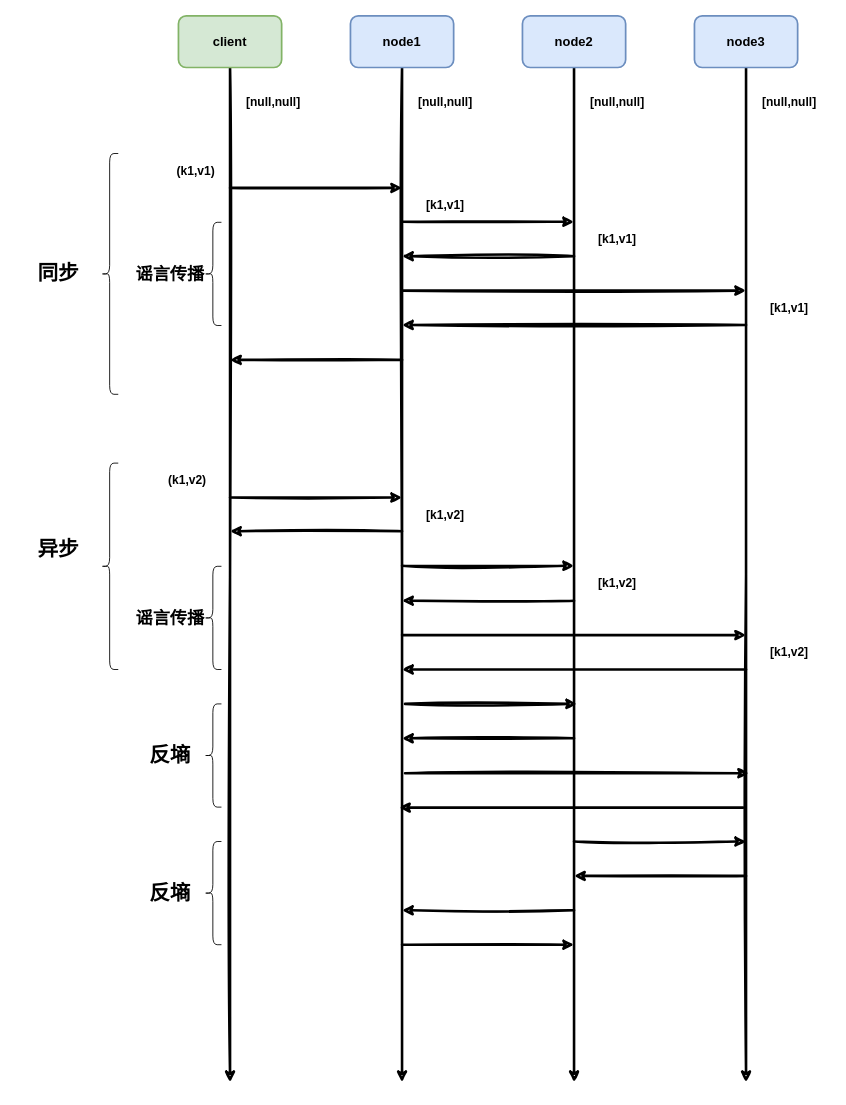
Earlier version of the draw.io diagram distributed/gossip-1.drawio (donscoco/diagrams). Source tidied: cells renumbered, new cells numbered last; positions are measured from the earlier drawing's top-left corner, leaving out a move shared by most shapes. Both pictures are drawn from the tidied source at 86%, with x=0, y=0 at pixel (15, 15).
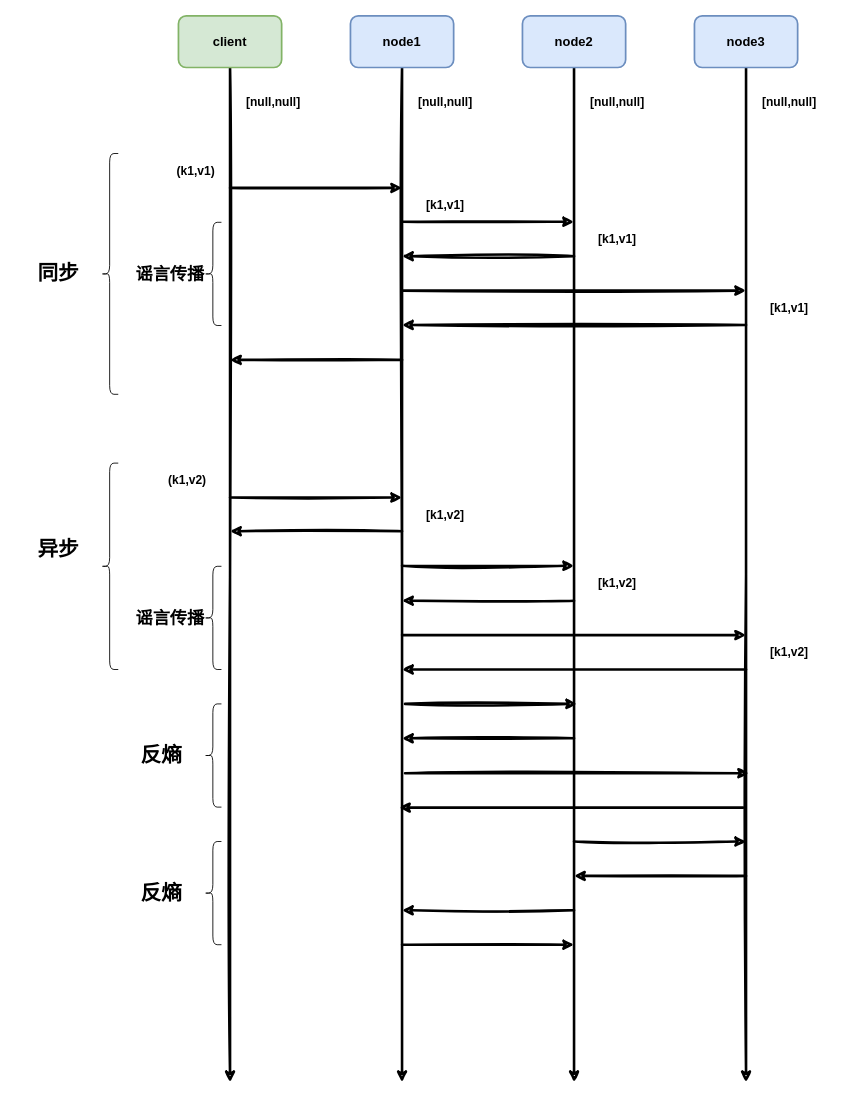
After the change.

The edit, as a diff of the source:
```diff
@@
-    <mxCell id="39" value="反墒" style="text;strokeColor=none;fillColor=none;html=1;fontSize=24;fontStyle=1;verticalAlign=middle;align=center;sketch=0;" parent="1" vertex="1">
-      <mxGeometry x="130" y="840" width="100" height="40" as="geometry" />
+    <mxCell id="39" value="反熵" style="text;strokeColor=none;fillColor=none;html=1;fontSize=24;fontStyle=1;verticalAlign=middle;align=center;sketch=0;" parent="1" vertex="1">
+      <mxGeometry x="120" y="840" width="100" height="40" as="geometry" />
     </mxCell>
@@
-    <mxCell id="50" value="反墒" style="text;strokeColor=none;fillColor=none;html=1;fontSize=24;fontStyle=1;verticalAlign=middle;align=center;sketch=0;" parent="1" vertex="1">
-      <mxGeometry x="130" y="1000" width="100" height="40" as="geometry" />
-    </mxCell>
@@
+    <mxCell id="54" value="反熵" style="text;strokeColor=none;fillColor=none;html=1;fontSize=24;fontStyle=1;verticalAlign=middle;align=center;sketch=0;" parent="1" vertex="1">
+      <mxGeometry x="120" y="1000" width="100" height="40" as="geometry" />
+    </mxCell>
```
